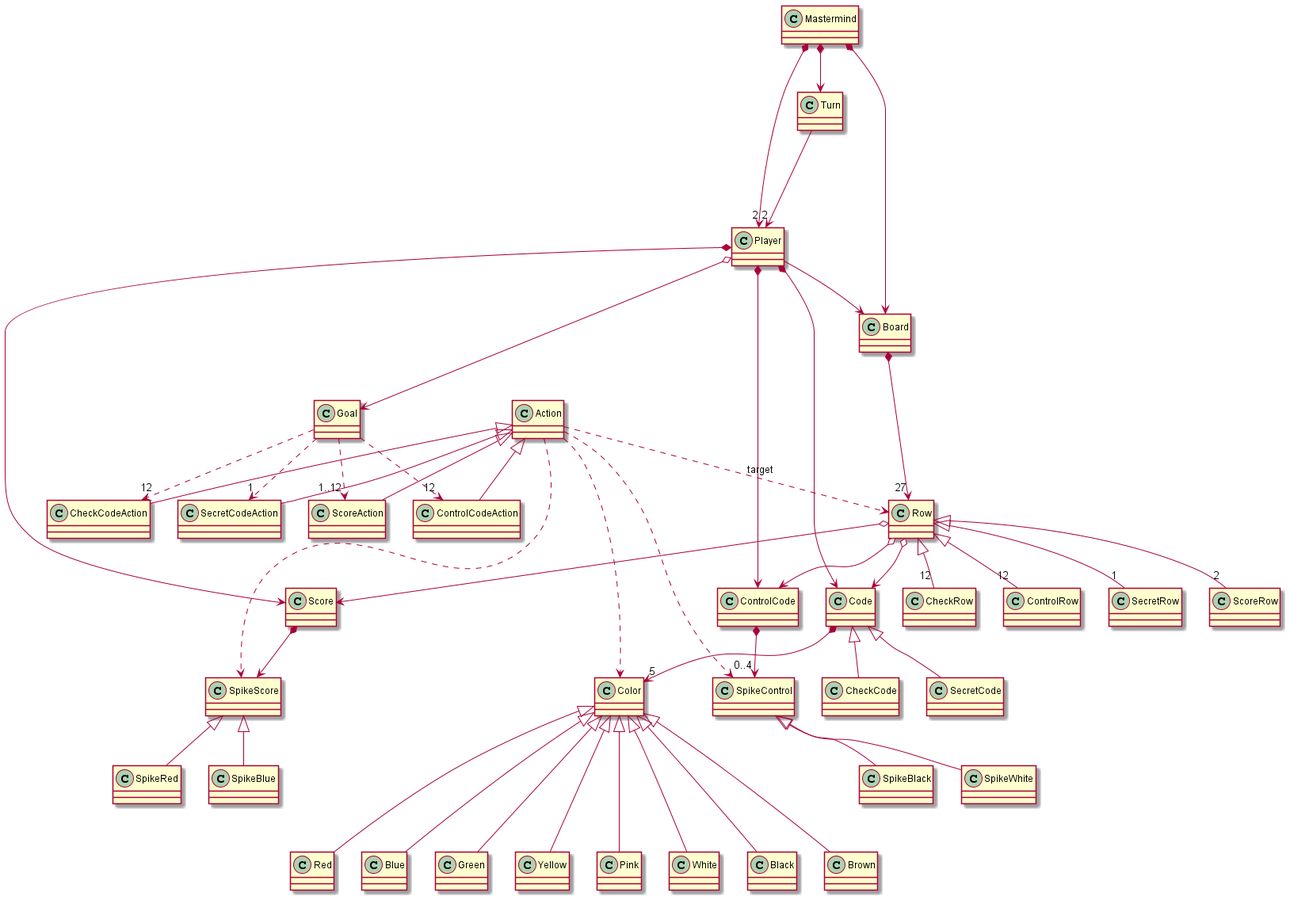
Before: out/mastermind/mastermind.png, a diagram exported from PlantUML (Master-Desarrollo-20-21/ejercicio-2-modelo-de-dominio-mastermind-kiarras).
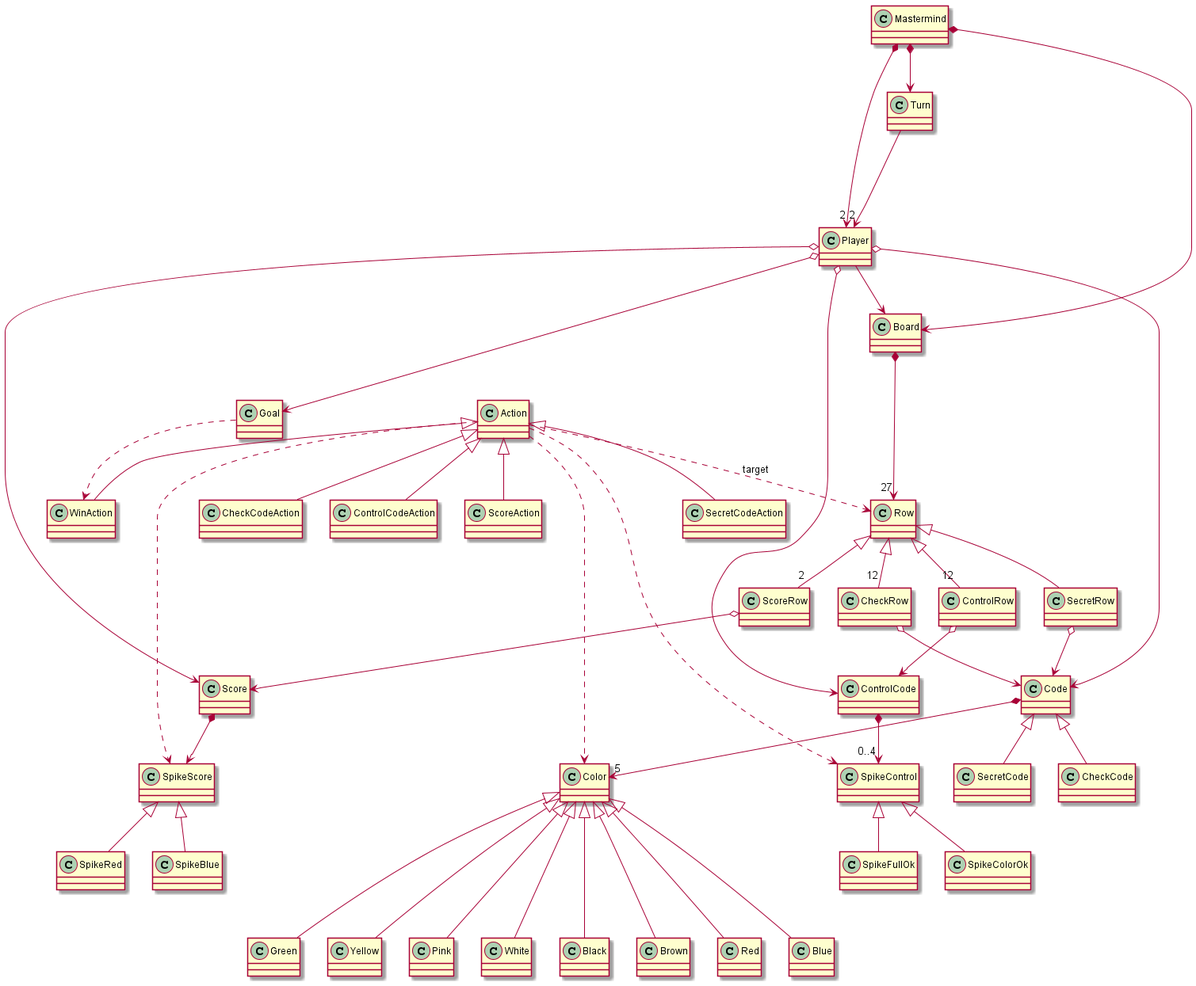
The same file after the commit.

Commit message:
Revison mastermind

What changed in the source:
```diff
@@ -1,24 +1,25 @@
-@startuml
+@startuml mastermind
 Mastermind *-down-> Board
 Mastermind *-down-> "2" Player
 Mastermind *-down-> Turn
 
 Board *---> "27" Row
 together {
-Row <|-down-"12" CheckRow
-Row <|-down-"12" ControlRow
-Row <|-down-"1" SecretRow
+Row <|-down- "12" CheckRow
+Row <|-down- "12" ControlRow
+Row <|-down- SecretRow
 Row <|-down-"2" ScoreRow
 }
 
-Row o-down-> Code
-Row o-down-> Score
-Row o-down-> ControlCode
+CheckRow o-down-> Code
+SecretRow o-down-> Code
+ScoreRow o-down-> Score
+ControlRow o-down-> ControlCode
 
 together {
-Player *-down-> Code
-Player *-down-> ControlCode
-Player *-down-> Score
+Player o-down-> Code
+Player o-down-> ControlCode
+Player o-down-> Score
 }
 Player --> Board
 Player o--> Goal
@@ -27,7 +28,7 @@
 Action <|-down- CheckCodeAction
 Action <|-down- ControlCodeAction
 Action <|-down- ScoreAction
-
+Action <|-down- WinAction
 Turn ---> "2" Player
 
 Code *-down-> "5" Color
@@ -47,15 +48,12 @@
 Color <|--- Black
 Color <|--- Brown
 
-SpikeControl <|-down- SpikeBlack
-SpikeControl <|-down- SpikeWhite
+SpikeControl <|-down- SpikeFullOk
+SpikeControl <|-down- SpikeColorOk
 SpikeScore <|-down- SpikeRed
 SpikeScore <|-down- SpikeBlue
 
-Goal ..> "12" CheckCodeAction
-Goal ..> "1" SecretCodeAction
-Goal ..> "12" ControlCodeAction
-Goal ..> "1..12" ScoreAction
+Goal ..> WinAction
 
 Action ..> Color
 Action ..> SpikeScore
```
